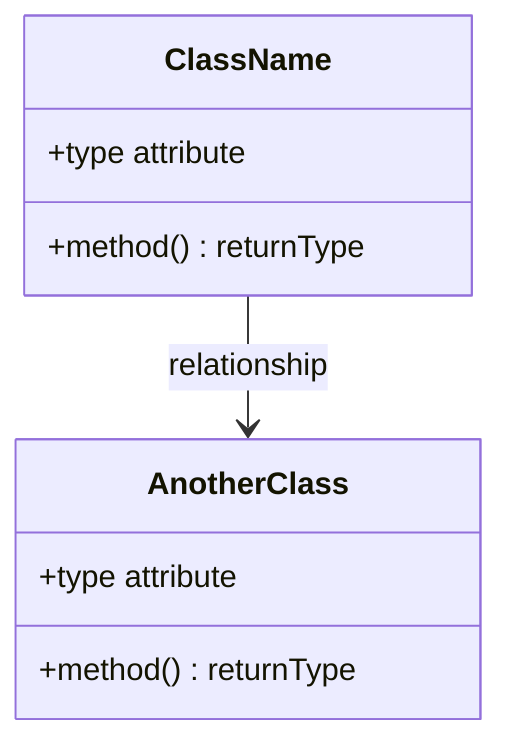
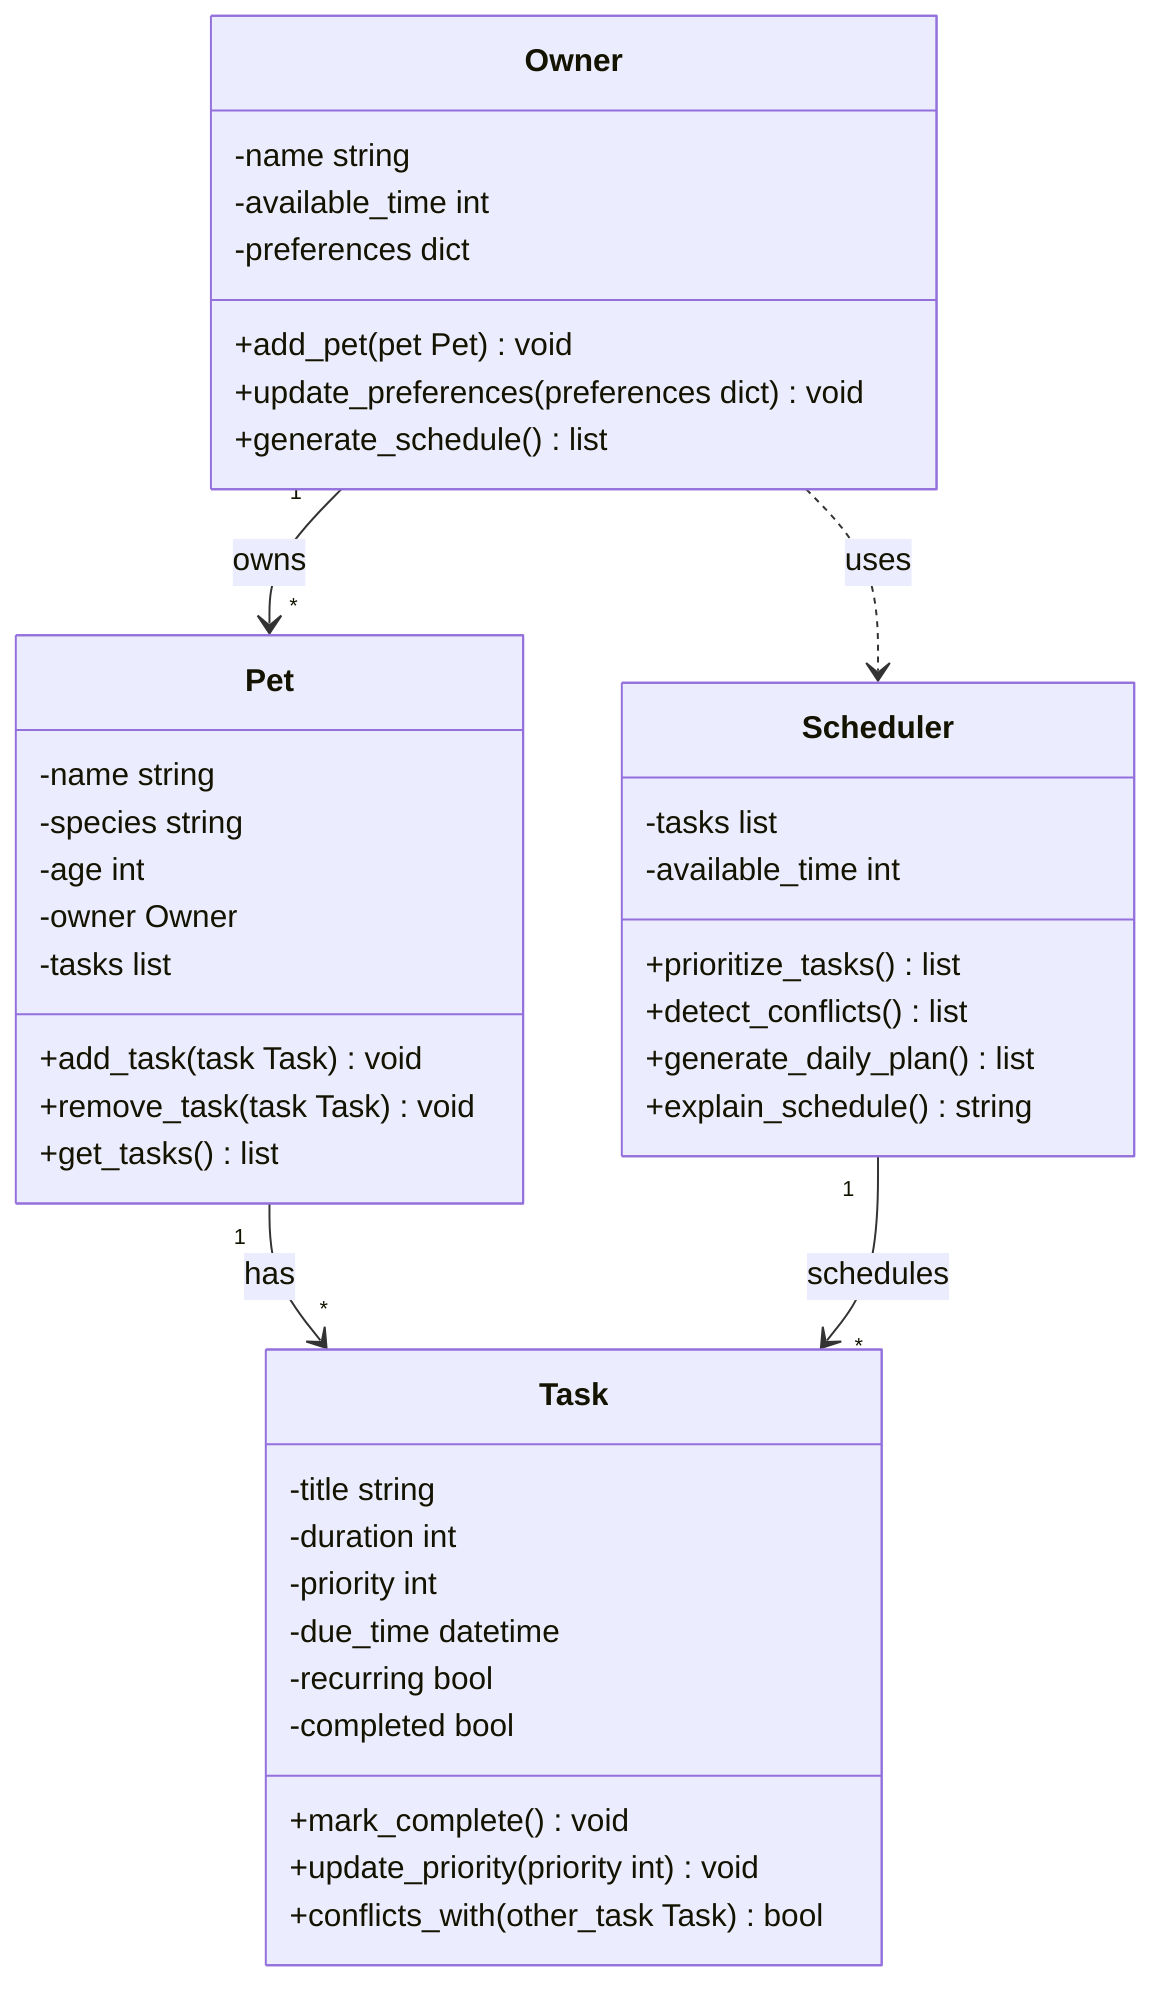
classDiagram
-     %% Replace the placeholders below with your actual classes, attributes, methods, and relationships.
-     %% Keep this file updated so it matches your final implementation.
- 
-     class ClassName {
-         +type attribute
-         +method() returnType
+     class Owner {
+         -name string
+         -available_time int
+         -preferences dict
+         +add_pet(pet Pet) void
+         +update_preferences(preferences dict) void
+         +generate_schedule() list
    }

-     class AnotherClass {
-         +type attribute
-         +method() returnType
+     class Pet {
+         -name string
+         -species string
+         -age int
+         -owner Owner
+         -tasks list
+         +add_task(task Task) void
+         +remove_task(task Task) void
+         +get_tasks() list
    }

-     ClassName --> AnotherClass : relationship
+     class Task {
+         -title string
+         -duration int
+         -priority int
+         -due_time datetime
+         -recurring bool
+         -completed bool
+         +mark_complete() void
+         +update_priority(priority int) void
+         +conflicts_with(other_task Task) bool
+     }
+ 
+     class Scheduler {
+         -tasks list
+         -available_time int
+         +prioritize_tasks() list
+         +detect_conflicts() list
+         +generate_daily_plan() list
+         +explain_schedule() string
+     }
+ 
+     Owner "1" --> "*" Pet : owns
+     Pet "1" --> "*" Task : has
+     Scheduler "1" --> "*" Task : schedules
+     Owner ..> Scheduler : uses
